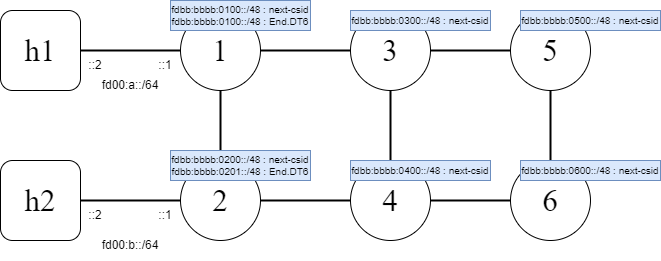
This is usid_test_topo.drawio.png from shu1r0/srv6_next_u_sid_linux_demo, a draw.io export, as it was before one commit. Source tidied: cells renumbered, new cells last; positions are measured from the earlier drawing's top-left corner, leaving out a move shared by most shapes. The source it was exported from:
```xml
<mxGraphModel>
  <root>
    <mxCell id="0" />
    <mxCell id="1" parent="0" />
    <mxCell id="2" style="edgeStyle=none;html=1;exitX=1;exitY=0.5;exitDx=0;exitDy=0;strokeWidth=2;endArrow=none;endFill=0;fontStyle=0;fontFamily=Times New Roman;fontSize=31;" parent="1" edge="1" source="4" target="7">
      <mxGeometry relative="1" as="geometry" />
    </mxCell>
    <mxCell id="3" style="edgeStyle=none;html=1;exitX=0.5;exitY=1;exitDx=0;exitDy=0;entryX=0.5;entryY=0;entryDx=0;entryDy=0;strokeWidth=2;endArrow=none;endFill=0;fontStyle=0;fontFamily=Times New Roman;fontSize=31;" parent="1" edge="1" source="4" target="12">
      <mxGeometry relative="1" as="geometry" />
    </mxCell>
    <mxCell id="4" value="1" style="ellipse;whiteSpace=wrap;html=1;fontStyle=0;fontFamily=Times New Roman;fontSize=31;" parent="1" vertex="1">
      <mxGeometry x="180" y="10" width="80" height="80" as="geometry" />
    </mxCell>
    <mxCell id="5" style="edgeStyle=none;html=1;exitX=1;exitY=0.5;exitDx=0;exitDy=0;strokeWidth=2;endArrow=none;endFill=0;fontStyle=0;fontFamily=Times New Roman;fontSize=31;" parent="1" edge="1" source="7" target="10">
      <mxGeometry relative="1" as="geometry" />
    </mxCell>
    <mxCell id="6" style="edgeStyle=none;html=1;exitX=0.5;exitY=1;exitDx=0;exitDy=0;entryX=0.5;entryY=0;entryDx=0;entryDy=0;strokeWidth=2;endArrow=none;endFill=0;fontStyle=0;fontFamily=Times New Roman;fontSize=31;" parent="1" edge="1" source="7" target="14">
      <mxGeometry relative="1" as="geometry" />
    </mxCell>
    <mxCell id="7" value="3" style="ellipse;whiteSpace=wrap;html=1;fontStyle=0;fontFamily=Times New Roman;fontSize=31;" parent="1" vertex="1">
      <mxGeometry x="350" y="10" width="80" height="80" as="geometry" />
    </mxCell>
    <mxCell id="8" value="h1" style="rounded=1;whiteSpace=wrap;html=1;fontStyle=0;fontFamily=Times New Roman;fontSize=31;" parent="1" vertex="1">
      <mxGeometry y="10" width="80" height="80" as="geometry" />
    </mxCell>
    <mxCell id="9" style="edgeStyle=none;html=1;exitX=0.5;exitY=1;exitDx=0;exitDy=0;entryX=0.5;entryY=0;entryDx=0;entryDy=0;strokeWidth=2;endArrow=none;endFill=0;fontStyle=0;fontFamily=Times New Roman;fontSize=31;" parent="1" edge="1" source="10" target="17">
      <mxGeometry relative="1" as="geometry" />
    </mxCell>
    <mxCell id="10" value="5" style="ellipse;whiteSpace=wrap;html=1;fontStyle=0;fontFamily=Times New Roman;fontSize=31;" parent="1" vertex="1">
      <mxGeometry x="510" y="10" width="80" height="80" as="geometry" />
    </mxCell>
    <mxCell id="11" style="edgeStyle=none;html=1;exitX=1;exitY=0.5;exitDx=0;exitDy=0;entryX=0;entryY=0.5;entryDx=0;entryDy=0;strokeWidth=2;endArrow=none;endFill=0;fontStyle=0;fontFamily=Times New Roman;fontSize=31;" parent="1" edge="1" source="12" target="14">
      <mxGeometry relative="1" as="geometry" />
    </mxCell>
    <mxCell id="12" value="2" style="ellipse;whiteSpace=wrap;html=1;fontStyle=0;fontFamily=Times New Roman;fontSize=31;" parent="1" vertex="1">
      <mxGeometry x="180" y="160" width="80" height="80" as="geometry" />
    </mxCell>
    <mxCell id="13" style="edgeStyle=none;html=1;exitX=1;exitY=0.5;exitDx=0;exitDy=0;strokeWidth=2;endArrow=none;endFill=0;fontStyle=0;fontFamily=Times New Roman;fontSize=31;" parent="1" edge="1" source="14" target="17">
      <mxGeometry relative="1" as="geometry" />
    </mxCell>
    <mxCell id="14" value="4" style="ellipse;whiteSpace=wrap;html=1;fontStyle=0;fontFamily=Times New Roman;fontSize=31;" parent="1" vertex="1">
      <mxGeometry x="350" y="160" width="80" height="80" as="geometry" />
    </mxCell>
    <mxCell id="15" style="edgeStyle=none;html=1;exitX=1;exitY=0.5;exitDx=0;exitDy=0;strokeWidth=2;endArrow=none;endFill=0;fontStyle=0;fontFamily=Times New Roman;fontSize=31;" parent="1" edge="1" source="16" target="12">
      <mxGeometry relative="1" as="geometry" />
    </mxCell>
    <mxCell id="16" value="h2" style="rounded=1;whiteSpace=wrap;html=1;fontStyle=0;fontFamily=Times New Roman;fontSize=31;" parent="1" vertex="1">
      <mxGeometry y="160" width="80" height="80" as="geometry" />
    </mxCell>
    <mxCell id="17" value="6" style="ellipse;whiteSpace=wrap;html=1;fontStyle=0;fontFamily=Times New Roman;fontSize=31;" parent="1" vertex="1">
      <mxGeometry x="510" y="160" width="80" height="80" as="geometry" />
    </mxCell>
    <mxCell id="18" style="endArrow=none;html=1;exitX=1;exitY=0.5;exitDx=0;exitDy=0;entryX=0;entryY=0.5;entryDx=0;entryDy=0;strokeWidth=2;fontStyle=0;fontFamily=Times New Roman;fontSize=31;" parent="1" edge="1" source="8" target="4">
      <mxGeometry relative="1" as="geometry" />
    </mxCell>
    <mxCell id="19" value="fdbb:bbbb:0100::/48 : next-csid&lt;br&gt;fdbb:bbbb:0100::/48 : End.DT6" style="text;html=1;strokeColor=#6c8ebf;fillColor=#dae8fc;align=center;verticalAlign=middle;whiteSpace=wrap;rounded=0;fontSize=10;" parent="1" vertex="1">
      <mxGeometry x="170" width="140" height="30" as="geometry" />
    </mxCell>
    <mxCell id="20" value="fdbb:bbbb:0300::/48 : next-csid" style="text;html=1;strokeColor=#6c8ebf;fillColor=#dae8fc;align=center;verticalAlign=middle;whiteSpace=wrap;rounded=0;fontSize=10;" parent="1" vertex="1">
      <mxGeometry x="350" y="10" width="140" height="20" as="geometry" />
    </mxCell>
    <mxCell id="21" value="fdbb:bbbb:0500::/48 : next-csid" style="text;html=1;strokeColor=#6c8ebf;fillColor=#dae8fc;align=center;verticalAlign=middle;whiteSpace=wrap;rounded=0;fontSize=10;" parent="1" vertex="1">
      <mxGeometry x="520" y="10" width="140" height="20" as="geometry" />
    </mxCell>
    <mxCell id="22" value="fdbb:bbbb:0200::/48 : next-csid&lt;br&gt;fdbb:bbbb:0201::/48 : End.DT6" style="text;html=1;strokeColor=#6c8ebf;fillColor=#dae8fc;align=center;verticalAlign=middle;whiteSpace=wrap;rounded=0;fontSize=10;" parent="1" vertex="1">
      <mxGeometry x="170" y="150" width="140" height="30" as="geometry" />
    </mxCell>
    <mxCell id="23" value="fdbb:bbbb:0400::/48 : next-csid" style="text;html=1;strokeColor=#6c8ebf;fillColor=#dae8fc;align=center;verticalAlign=middle;whiteSpace=wrap;rounded=0;fontSize=10;" parent="1" vertex="1">
      <mxGeometry x="350" y="160" width="140" height="20" as="geometry" />
    </mxCell>
    <mxCell id="24" value="fdbb:bbbb:0600::/48 : next-csid" style="text;html=1;strokeColor=#6c8ebf;fillColor=#dae8fc;align=center;verticalAlign=middle;whiteSpace=wrap;rounded=0;fontSize=10;" parent="1" vertex="1">
      <mxGeometry x="520" y="160" width="140" height="20" as="geometry" />
    </mxCell>
    <mxCell id="25" value="fd00:a::/64" style="text;html=1;strokeColor=none;fillColor=none;align=center;verticalAlign=middle;whiteSpace=wrap;rounded=0;" parent="1" vertex="1">
      <mxGeometry x="90" y="70" width="80" height="30" as="geometry" />
    </mxCell>
    <mxCell id="26" value="fd00:b::/64" style="text;html=1;strokeColor=none;fillColor=none;align=center;verticalAlign=middle;whiteSpace=wrap;rounded=0;" parent="1" vertex="1">
      <mxGeometry x="90" y="230" width="80" height="30" as="geometry" />
    </mxCell>
    <mxCell id="27" value="::2" style="text;html=1;strokeColor=none;fillColor=none;align=center;verticalAlign=middle;whiteSpace=wrap;rounded=0;" parent="1" vertex="1">
      <mxGeometry x="80" y="50" width="30" height="30" as="geometry" />
    </mxCell>
    <mxCell id="28" value="::2" style="text;html=1;strokeColor=none;fillColor=none;align=center;verticalAlign=middle;whiteSpace=wrap;rounded=0;" parent="1" vertex="1">
      <mxGeometry x="80" y="200" width="30" height="30" as="geometry" />
    </mxCell>
    <mxCell id="29" value="::1" style="text;html=1;strokeColor=none;fillColor=none;align=center;verticalAlign=middle;whiteSpace=wrap;rounded=0;" parent="1" vertex="1">
      <mxGeometry x="150" y="200" width="30" height="30" as="geometry" />
    </mxCell>
    <mxCell id="30" value="::1" style="text;html=1;strokeColor=none;fillColor=none;align=center;verticalAlign=middle;whiteSpace=wrap;rounded=0;" parent="1" vertex="1">
      <mxGeometry x="150" y="50" width="30" height="30" as="geometry" />
    </mxCell>
  </root>
</mxGraphModel>
```
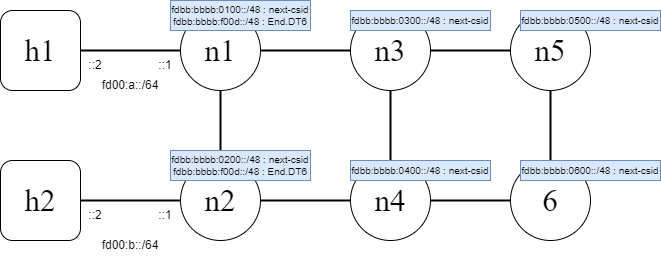
Above is the later version.

What changed in the source:
```diff
@@ -8,7 +8,7 @@
     <mxCell id="3" style="edgeStyle=none;html=1;exitX=0.5;exitY=1;exitDx=0;exitDy=0;entryX=0.5;entryY=0;entryDx=0;entryDy=0;strokeWidth=2;endArrow=none;endFill=0;fontStyle=0;fontFamily=Times New Roman;fontSize=31;" parent="1" edge="1" source="4" target="12">
       <mxGeometry relative="1" as="geometry" />
     </mxCell>
-    <mxCell id="4" value="1" style="ellipse;whiteSpace=wrap;html=1;fontStyle=0;fontFamily=Times New Roman;fontSize=31;" parent="1" vertex="1">
+    <mxCell id="4" value="n1" style="ellipse;whiteSpace=wrap;html=1;fontStyle=0;fontFamily=Times New Roman;fontSize=31;" parent="1" vertex="1">
       <mxGeometry x="180" y="10" width="80" height="80" as="geometry" />
     </mxCell>
     <mxCell id="5" style="edgeStyle=none;html=1;exitX=1;exitY=0.5;exitDx=0;exitDy=0;strokeWidth=2;endArrow=none;endFill=0;fontStyle=0;fontFamily=Times New Roman;fontSize=31;" parent="1" edge="1" source="7" target="10">
@@ -17,7 +17,7 @@
     <mxCell id="6" style="edgeStyle=none;html=1;exitX=0.5;exitY=1;exitDx=0;exitDy=0;entryX=0.5;entryY=0;entryDx=0;entryDy=0;strokeWidth=2;endArrow=none;endFill=0;fontStyle=0;fontFamily=Times New Roman;fontSize=31;" parent="1" edge="1" source="7" target="14">
       <mxGeometry relative="1" as="geometry" />
     </mxCell>
-    <mxCell id="7" value="3" style="ellipse;whiteSpace=wrap;html=1;fontStyle=0;fontFamily=Times New Roman;fontSize=31;" parent="1" vertex="1">
+    <mxCell id="7" value="n3" style="ellipse;whiteSpace=wrap;html=1;fontStyle=0;fontFamily=Times New Roman;fontSize=31;" parent="1" vertex="1">
       <mxGeometry x="350" y="10" width="80" height="80" as="geometry" />
     </mxCell>
     <mxCell id="8" value="h1" style="rounded=1;whiteSpace=wrap;html=1;fontStyle=0;fontFamily=Times New Roman;fontSize=31;" parent="1" vertex="1">
@@ -26,19 +26,19 @@
     <mxCell id="9" style="edgeStyle=none;html=1;exitX=0.5;exitY=1;exitDx=0;exitDy=0;entryX=0.5;entryY=0;entryDx=0;entryDy=0;strokeWidth=2;endArrow=none;endFill=0;fontStyle=0;fontFamily=Times New Roman;fontSize=31;" parent="1" edge="1" source="10" target="17">
       <mxGeometry relative="1" as="geometry" />
     </mxCell>
-    <mxCell id="10" value="5" style="ellipse;whiteSpace=wrap;html=1;fontStyle=0;fontFamily=Times New Roman;fontSize=31;" parent="1" vertex="1">
+    <mxCell id="10" value="n5" style="ellipse;whiteSpace=wrap;html=1;fontStyle=0;fontFamily=Times New Roman;fontSize=31;" parent="1" vertex="1">
       <mxGeometry x="510" y="10" width="80" height="80" as="geometry" />
     </mxCell>
     <mxCell id="11" style="edgeStyle=none;html=1;exitX=1;exitY=0.5;exitDx=0;exitDy=0;entryX=0;entryY=0.5;entryDx=0;entryDy=0;strokeWidth=2;endArrow=none;endFill=0;fontStyle=0;fontFamily=Times New Roman;fontSize=31;" parent="1" edge="1" source="12" target="14">
       <mxGeometry relative="1" as="geometry" />
     </mxCell>
-    <mxCell id="12" value="2" style="ellipse;whiteSpace=wrap;html=1;fontStyle=0;fontFamily=Times New Roman;fontSize=31;" parent="1" vertex="1">
+    <mxCell id="12" value="n2" style="ellipse;whiteSpace=wrap;html=1;fontStyle=0;fontFamily=Times New Roman;fontSize=31;" parent="1" vertex="1">
       <mxGeometry x="180" y="160" width="80" height="80" as="geometry" />
     </mxCell>
     <mxCell id="13" style="edgeStyle=none;html=1;exitX=1;exitY=0.5;exitDx=0;exitDy=0;strokeWidth=2;endArrow=none;endFill=0;fontStyle=0;fontFamily=Times New Roman;fontSize=31;" parent="1" edge="1" source="14" target="17">
       <mxGeometry relative="1" as="geometry" />
     </mxCell>
-    <mxCell id="14" value="4" style="ellipse;whiteSpace=wrap;html=1;fontStyle=0;fontFamily=Times New Roman;fontSize=31;" parent="1" vertex="1">
+    <mxCell id="14" value="n4" style="ellipse;whiteSpace=wrap;html=1;fontStyle=0;fontFamily=Times New Roman;fontSize=31;" parent="1" vertex="1">
       <mxGeometry x="350" y="160" width="80" height="80" as="geometry" />
     </mxCell>
     <mxCell id="15" style="edgeStyle=none;html=1;exitX=1;exitY=0.5;exitDx=0;exitDy=0;strokeWidth=2;endArrow=none;endFill=0;fontStyle=0;fontFamily=Times New Roman;fontSize=31;" parent="1" edge="1" source="16" target="12">
@@ -53,7 +53,7 @@
     <mxCell id="18" style="endArrow=none;html=1;exitX=1;exitY=0.5;exitDx=0;exitDy=0;entryX=0;entryY=0.5;entryDx=0;entryDy=0;strokeWidth=2;fontStyle=0;fontFamily=Times New Roman;fontSize=31;" parent="1" edge="1" source="8" target="4">
       <mxGeometry relative="1" as="geometry" />
     </mxCell>
-    <mxCell id="19" value="fdbb:bbbb:0100::/48 : next-csid&lt;br&gt;fdbb:bbbb:0100::/48 : End.DT6" style="text;html=1;strokeColor=#6c8ebf;fillColor=#dae8fc;align=center;verticalAlign=middle;whiteSpace=wrap;rounded=0;fontSize=10;" parent="1" vertex="1">
+    <mxCell id="19" value="fdbb:bbbb:0100::/48 : next-csid&lt;br&gt;fdbb:bbbb:f00d::/48 : End.DT6" style="text;html=1;strokeColor=#6c8ebf;fillColor=#dae8fc;align=center;verticalAlign=middle;whiteSpace=wrap;rounded=0;fontSize=10;" parent="1" vertex="1">
       <mxGeometry x="170" width="140" height="30" as="geometry" />
     </mxCell>
     <mxCell id="20" value="fdbb:bbbb:0300::/48 : next-csid" style="text;html=1;strokeColor=#6c8ebf;fillColor=#dae8fc;align=center;verticalAlign=middle;whiteSpace=wrap;rounded=0;fontSize=10;" parent="1" vertex="1">
@@ -62,7 +62,7 @@
     <mxCell id="21" value="fdbb:bbbb:0500::/48 : next-csid" style="text;html=1;strokeColor=#6c8ebf;fillColor=#dae8fc;align=center;verticalAlign=middle;whiteSpace=wrap;rounded=0;fontSize=10;" parent="1" vertex="1">
       <mxGeometry x="520" y="10" width="140" height="20" as="geometry" />
     </mxCell>
-    <mxCell id="22" value="fdbb:bbbb:0200::/48 : next-csid&lt;br&gt;fdbb:bbbb:0201::/48 : End.DT6" style="text;html=1;strokeColor=#6c8ebf;fillColor=#dae8fc;align=center;verticalAlign=middle;whiteSpace=wrap;rounded=0;fontSize=10;" parent="1" vertex="1">
+    <mxCell id="22" value="fdbb:bbbb:0200::/48 : next-csid&lt;br&gt;fdbb:bbbb:f00d::/48 : End.DT6" style="text;html=1;strokeColor=#6c8ebf;fillColor=#dae8fc;align=center;verticalAlign=middle;whiteSpace=wrap;rounded=0;fontSize=10;" parent="1" vertex="1">
       <mxGeometry x="170" y="150" width="140" height="30" as="geometry" />
     </mxCell>
     <mxCell id="23" value="fdbb:bbbb:0400::/48 : next-csid" style="text;html=1;strokeColor=#6c8ebf;fillColor=#dae8fc;align=center;verticalAlign=middle;whiteSpace=wrap;rounded=0;fontSize=10;" parent="1" vertex="1">
```
